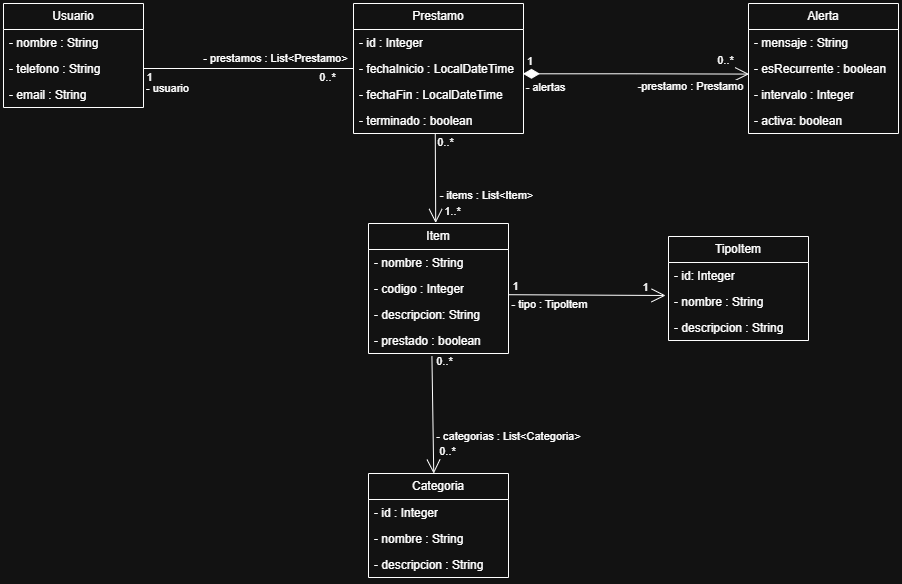
Above: DiagramaConceptual.png in mochidevs/Proyecto---Control-de-prestamos (draw.io), before the change. Source tidied: cells renumbered, new cells last; positions are measured from the earlier drawing's top-left corner, leaving out a move shared by most shapes.
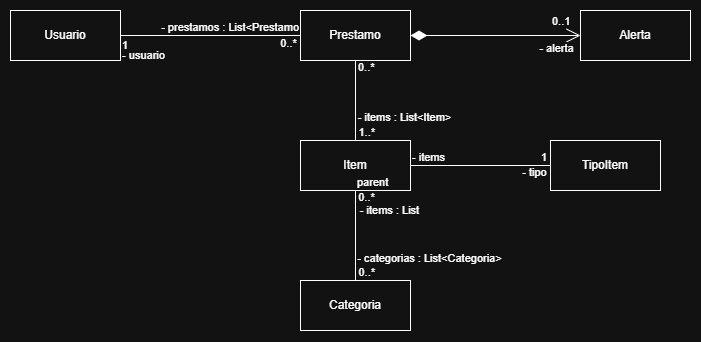
The same file after the commit.

Commit message:
Corrección diagrama conceptual

Roles y relaciones corregidas, atributos no necesarios

Diff of the diagram source:
```diff
@@ -2,181 +2,114 @@
   <root>
     <mxCell id="0" />
     <mxCell id="1" parent="0" />
-    <mxCell id="2" value="Usuario" style="swimlane;fontStyle=0;horizontal=1;startSize=26;fillColor=none;whiteSpace=wrap;html=1;" parent="1" vertex="1">
-      <mxGeometry width="140" height="104" as="geometry" />
+    <mxCell id="2" value="Usuario" style="html=1;whiteSpace=wrap;" parent="1" vertex="1">
+      <mxGeometry x="15" y="60" width="110" height="50" as="geometry" />
     </mxCell>
-    <mxCell id="3" value="- nombre : String" style="text;strokeColor=none;fillColor=none;align=left;verticalAlign=top;spacingLeft=4;spacingRight=4;overflow=hidden;whiteSpace=wrap;html=1;" parent="2" vertex="1">
-      <mxGeometry y="26" width="140" height="26" as="geometry" />
-    </mxCell>
-    <mxCell id="4" value="- telefono : String" style="text;strokeColor=none;fillColor=none;align=left;verticalAlign=top;spacingLeft=4;spacingRight=4;overflow=hidden;points=[[0,0.5],[1,0.5]];portConstraint=eastwest;whiteSpace=wrap;html=1;" parent="2" vertex="1">
-      <mxGeometry y="52" width="140" height="26" as="geometry" />
-    </mxCell>
-    <mxCell id="5" value="- email : String" style="text;strokeColor=none;fillColor=none;align=left;verticalAlign=top;spacingLeft=4;spacingRight=4;overflow=hidden;whiteSpace=wrap;html=1;" parent="2" vertex="1">
-      <mxGeometry y="78" width="140" height="26" as="geometry" />
-    </mxCell>
+    <mxCell id="25" value="Alerta" style="html=1;whiteSpace=wrap;" parent="1" vertex="1">
+      <mxGeometry x="585" y="60" width="110" height="50" as="geometry" />
+    </mxCell>
-    <mxCell id="6" value="Prestamo" style="swimlane;fontStyle=0;horizontal=1;startSize=26;fillColor=none;whiteSpace=wrap;html=1;" parent="1" vertex="1">
-      <mxGeometry x="350" width="170" height="130" as="geometry" />
+    <mxCell id="6" value="Prestamo" style="html=1;whiteSpace=wrap;" parent="1" vertex="1">
+      <mxGeometry x="305" y="60" width="110" height="50" as="geometry" />
     </mxCell>
-    <mxCell id="7" value="- id : Integer" style="text;strokeColor=none;fillColor=none;align=left;verticalAlign=top;spacingLeft=4;spacingRight=4;overflow=hidden;whiteSpace=wrap;html=1;" parent="6" vertex="1">
-      <mxGeometry y="26" width="170" height="26" as="geometry" />
-    </mxCell>
-    <mxCell id="8" value="- fechaInicio : LocalDateTime" style="text;strokeColor=none;fillColor=none;align=left;verticalAlign=top;spacingLeft=4;spacingRight=4;overflow=hidden;points=[[0,0.5],[1,0.5]];portConstraint=eastwest;whiteSpace=wrap;html=1;" parent="6" vertex="1">
-      <mxGeometry y="52" width="170" height="26" as="geometry" />
-    </mxCell>
-    <mxCell id="9" value="- fechaFin : LocalDateTime" style="text;strokeColor=none;fillColor=none;align=left;verticalAlign=top;spacingLeft=4;spacingRight=4;overflow=hidden;whiteSpace=wrap;html=1;" parent="6" vertex="1">
-      <mxGeometry y="78" width="170" height="26" as="geometry" />
-    </mxCell>
-    <mxCell id="10" value="- terminado : boolean" style="text;strokeColor=none;fillColor=none;align=left;verticalAlign=top;spacingLeft=4;spacingRight=4;overflow=hidden;points=[[0,0.5,0,0,0],[1,0.5,0,0,0]];portConstraint=eastwest;whiteSpace=wrap;html=1;" parent="6" vertex="1">
-      <mxGeometry y="104" width="170" height="26" as="geometry" />
-    </mxCell>
-    <mxCell id="11" style="endArrow=none;html=1;rounded=0;exitX=1;exitY=0.5;exitDx=0;exitDy=0;entryX=0;entryY=0.5;entryDx=0;entryDy=0;" parent="1" edge="1" source="4" target="8">
-      <mxGeometry relative="1" as="geometry" />
-    </mxCell>
-    <mxCell id="12" value="1" style="edgeLabel;html=1;align=center;verticalAlign=middle;" parent="11" vertex="1">
-      <mxGeometry x="-0.54" relative="1" as="geometry">
-        <mxPoint x="-43" y="8" as="offset" />
-      </mxGeometry>
-    </mxCell>
+    <mxCell id="50" style="endArrow=none;html=1;edgeStyle=orthogonalEdgeStyle;rounded=0;entryX=0;entryY=0.5;entryDx=0;entryDy=0;exitX=1;exitY=0.5;exitDx=0;exitDy=0;" parent="1" edge="1" source="2" target="6">
+      <mxGeometry relative="1" as="geometry" />
+    </mxCell>
+    <mxCell id="51" value="1" style="edgeLabel;html=1;align=left;verticalAlign=bottom;" parent="50" vertex="1">
+      <mxGeometry x="-1" relative="1" as="geometry">
+        <mxPoint y="18" as="offset" />
+      </mxGeometry>
+    </mxCell>
+    <mxCell id="52" value="- prestamos : List&amp;lt;Prestamo" style="edgeLabel;html=1;align=right;verticalAlign=bottom;" parent="50" vertex="1">
+      <mxGeometry x="1" relative="1" as="geometry">
+        <mxPoint x="-1" as="offset" />
+      </mxGeometry>
+    </mxCell>
-    <mxCell id="13" value="- usuario" style="edgeLabel;html=1;align=center;verticalAlign=middle;" parent="11" vertex="1">
-      <mxGeometry x="-0.38" relative="1" as="geometry">
-        <mxPoint x="-41" y="19" as="offset" />
+    <mxCell id="13" value="- usuario" style="edgeLabel;html=1;align=center;verticalAlign=middle;" parent="50" vertex="1">
+      <mxGeometry x="-0.73" y="1" relative="1" as="geometry">
+        <mxPoint x="-2" y="21" as="offset" />
       </mxGeometry>
     </mxCell>
-    <mxCell id="14" value="0..*" style="edgeLabel;html=1;align=center;verticalAlign=middle;" parent="11" vertex="1">
-      <mxGeometry x="0.4" y="-2" relative="1" as="geometry">
-        <mxPoint x="36" y="6" as="offset" />
-      </mxGeometry>
-    </mxCell>
-    <mxCell id="15" value="- prestamos : List&amp;lt;Prestamo&amp;gt;" style="edgeLabel;html=1;align=center;verticalAlign=middle;" parent="11" vertex="1">
-      <mxGeometry x="0.31" y="1" relative="1" as="geometry">
-        <mxPoint x="-6" y="-10" as="offset" />
-      </mxGeometry>
-    </mxCell>
+    <mxCell id="53" value="0..*" style="edgeLabel;html=1;align=center;verticalAlign=middle;" parent="50" vertex="1">
+      <mxGeometry x="0.66" y="-1" relative="1" as="geometry">
+        <mxPoint x="18" y="7" as="offset" />
+      </mxGeometry>
+    </mxCell>
+    <mxCell id="54" style="endArrow=none;html=1;edgeStyle=orthogonalEdgeStyle;rounded=0;exitX=1;exitY=0.5;exitDx=0;exitDy=0;entryX=0;entryY=0.5;entryDx=0;entryDy=0;" parent="1" edge="1" source="16" target="34">
+      <mxGeometry relative="1" as="geometry" />
+    </mxCell>
+    <mxCell id="55" value="- items" style="edgeLabel;html=1;align=left;verticalAlign=bottom;" parent="54" vertex="1">
+      <mxGeometry x="-1" relative="1" as="geometry" />
+    </mxCell>
+    <mxCell id="56" value="1" style="edgeLabel;html=1;align=right;verticalAlign=bottom;" parent="54" vertex="1">
+      <mxGeometry x="1" relative="1" as="geometry">
+        <mxPoint x="-3" as="offset" />
+      </mxGeometry>
+    </mxCell>
+    <mxCell id="57" value="- tipo" style="edgeLabel;html=1;align=center;verticalAlign=middle;" parent="54" vertex="1">
+      <mxGeometry x="0.63" y="2" relative="1" as="geometry">
+        <mxPoint x="10" y="9" as="offset" />
+      </mxGeometry>
+    </mxCell>
-    <mxCell id="16" value="Item" style="swimlane;fontStyle=0;horizontal=1;startSize=26;fillColor=none;whiteSpace=wrap;html=1;" parent="1" vertex="1">
-      <mxGeometry x="365" y="220" width="140" height="130" as="geometry" />
+    <mxCell id="16" value="Item" style="html=1;whiteSpace=wrap;" parent="1" vertex="1">
+      <mxGeometry x="305" y="190" width="110" height="50" as="geometry" />
     </mxCell>
-    <mxCell id="17" value="- nombre : String" style="text;strokeColor=none;fillColor=none;align=left;verticalAlign=top;spacingLeft=4;spacingRight=4;overflow=hidden;whiteSpace=wrap;html=1;" parent="16" vertex="1">
-      <mxGeometry y="26" width="140" height="26" as="geometry" />
-    </mxCell>
-    <mxCell id="18" value="- codigo : Integer" style="text;strokeColor=none;fillColor=none;align=left;verticalAlign=top;spacingLeft=4;spacingRight=4;overflow=hidden;points=[[0,0.5],[1,0.5]];portConstraint=eastwest;whiteSpace=wrap;html=1;" parent="16" vertex="1">
-      <mxGeometry y="52" width="140" height="26" as="geometry" />
-    </mxCell>
-    <mxCell id="19" value="- descripcion: String" style="text;strokeColor=none;fillColor=none;align=left;verticalAlign=top;spacingLeft=4;spacingRight=4;overflow=hidden;whiteSpace=wrap;html=1;" parent="16" vertex="1">
-      <mxGeometry y="78" width="140" height="26" as="geometry" />
-    </mxCell>
-    <mxCell id="20" value="- prestado : boolean" style="text;strokeColor=none;fillColor=none;align=left;verticalAlign=top;spacingLeft=4;spacingRight=4;overflow=hidden;points=[[0,0.5],[1,0.5]];portConstraint=eastwest;whiteSpace=wrap;html=1;" parent="16" vertex="1">
-      <mxGeometry y="104" width="140" height="26" as="geometry" />
-    </mxCell>
-    <mxCell id="21" style="endArrow=open;endFill=1;endSize=12;html=1;rounded=0;exitX=0.481;exitY=0.994;exitDx=0;exitDy=0;exitPerimeter=0;entryX=0.48;entryY=-0.004;entryDx=0;entryDy=0;entryPerimeter=0;" parent="1" edge="1" source="10" target="16">
-      <mxGeometry relative="1" as="geometry" />
-    </mxCell>
-    <mxCell id="22" value="0..*" style="edgeLabel;html=1;align=center;verticalAlign=middle;" parent="21" vertex="1">
-      <mxGeometry x="-0.64" y="-1" relative="1" as="geometry">
-        <mxPoint x="11" y="-8" as="offset" />
-      </mxGeometry>
-    </mxCell>
+    <mxCell id="58" style="endArrow=none;html=1;edgeStyle=orthogonalEdgeStyle;rounded=0;exitX=0.5;exitY=1;exitDx=0;exitDy=0;entryX=0.5;entryY=0;entryDx=0;entryDy=0;" parent="1" edge="1" source="16" target="42">
+      <mxGeometry relative="1" as="geometry" />
+    </mxCell>
+    <mxCell id="59" value="parent" style="edgeLabel;html=1;align=left;verticalAlign=bottom;" parent="58" vertex="1">
+      <mxGeometry x="-1" relative="1" as="geometry" />
+    </mxCell>
+    <mxCell id="60" value="0..*" style="edgeLabel;html=1;align=right;verticalAlign=bottom;" parent="58" vertex="1">
+      <mxGeometry x="1" relative="1" as="geometry">
+        <mxPoint x="20" as="offset" />
+      </mxGeometry>
+    </mxCell>
+    <mxCell id="49" value="- categorias : List&amp;lt;Categoria&amp;gt;" style="edgeLabel;html=1;align=center;verticalAlign=middle;" parent="58" vertex="1">
+      <mxGeometry x="0.24" y="1" relative="1" as="geometry">
+        <mxPoint x="73" y="12" as="offset" />
+      </mxGeometry>
+    </mxCell>
+    <mxCell id="61" value="0..*" style="edgeLabel;html=1;align=center;verticalAlign=middle;" parent="58" vertex="1">
+      <mxGeometry x="-0.13" relative="1" as="geometry">
+        <mxPoint x="11" y="-33" as="offset" />
+      </mxGeometry>
+    </mxCell>
+    <mxCell id="62" value="- items : List" style="edgeLabel;html=1;align=center;verticalAlign=middle;" parent="58" vertex="1">
+      <mxGeometry x="-0.18" relative="1" as="geometry">
+        <mxPoint x="34" y="-18" as="offset" />
+      </mxGeometry>
+    </mxCell>
+    <mxCell id="63" style="endArrow=none;html=1;edgeStyle=orthogonalEdgeStyle;rounded=0;exitX=0.5;exitY=1;exitDx=0;exitDy=0;entryX=0.5;entryY=0;entryDx=0;entryDy=0;" parent="1" edge="1" source="6" target="16">
+      <mxGeometry relative="1" as="geometry" />
+    </mxCell>
+    <mxCell id="64" value="0..*" style="edgeLabel;html=1;align=left;verticalAlign=bottom;" parent="63" vertex="1">
+      <mxGeometry x="-1" relative="1" as="geometry">
+        <mxPoint x="1" y="15" as="offset" />
+      </mxGeometry>
+    </mxCell>
-    <mxCell id="23" value="1..*" style="edgeLabel;html=1;align=center;verticalAlign=middle;" parent="21" vertex="1">
-      <mxGeometry x="0.12" relative="1" as="geometry">
-        <mxPoint x="16" y="27" as="offset" />
+    <mxCell id="23" value="1..*" style="edgeLabel;html=1;align=right;verticalAlign=bottom;" parent="63" vertex="1">
+      <mxGeometry x="1" relative="1" as="geometry">
+        <mxPoint x="20" as="offset" />
       </mxGeometry>
     </mxCell>
-    <mxCell id="24" value="- items : List&amp;lt;Item&amp;gt;" style="edgeLabel;html=1;align=center;verticalAlign=middle;" parent="21" vertex="1">
-      <mxGeometry x="-0.02" y="1" relative="1" as="geometry">
-        <mxPoint x="49" y="18" as="offset" />
+    <mxCell id="24" value="- items : List&amp;lt;Item&amp;gt;" style="edgeLabel;html=1;align=center;verticalAlign=middle;" parent="63" vertex="1">
+      <mxGeometry x="-0.21" relative="1" as="geometry">
+        <mxPoint x="49" y="25" as="offset" />
       </mxGeometry>
     </mxCell>
-    <mxCell id="25" value="Alerta" style="swimlane;fontStyle=0;horizontal=1;startSize=26;fillColor=none;whiteSpace=wrap;html=1;" parent="1" vertex="1">
-      <mxGeometry x="745" width="150" height="130" as="geometry" />
-    </mxCell>
-    <mxCell id="26" value="- mensaje : String" style="text;strokeColor=none;fillColor=none;align=left;verticalAlign=top;spacingLeft=4;spacingRight=4;overflow=hidden;whiteSpace=wrap;html=1;" parent="25" vertex="1">
-      <mxGeometry y="26" width="150" height="26" as="geometry" />
-    </mxCell>
-    <mxCell id="27" value="- esRecurrente : boolean" style="text;strokeColor=none;fillColor=none;align=left;verticalAlign=top;spacingLeft=4;spacingRight=4;overflow=hidden;points=[[0,0.5],[1,0.5]];portConstraint=eastwest;whiteSpace=wrap;html=1;" parent="25" vertex="1">
-      <mxGeometry y="52" width="150" height="26" as="geometry" />
-    </mxCell>
-    <mxCell id="28" value="- intervalo : Integer" style="text;strokeColor=none;fillColor=none;align=left;verticalAlign=top;spacingLeft=4;spacingRight=4;overflow=hidden;whiteSpace=wrap;html=1;" parent="25" vertex="1">
-      <mxGeometry y="78" width="150" height="26" as="geometry" />
-    </mxCell>
-    <mxCell id="29" value="- activa: boolean" style="text;strokeColor=none;fillColor=none;align=left;verticalAlign=top;spacingLeft=4;spacingRight=4;overflow=hidden;whiteSpace=wrap;html=1;" parent="25" vertex="1">
-      <mxGeometry y="104" width="150" height="26" as="geometry" />
-    </mxCell>
-    <mxCell id="30" value="&amp;nbsp;1" style="endArrow=open;html=1;endSize=12;startArrow=diamondThin;startSize=14;startFill=1;edgeStyle=orthogonalEdgeStyle;align=left;verticalAlign=bottom;rounded=0;entryX=0.004;entryY=0.715;entryDx=0;entryDy=0;entryPerimeter=0;exitX=0.997;exitY=0.704;exitDx=0;exitDy=0;exitPerimeter=0;" parent="1" edge="1" source="8" target="27">
-      <mxGeometry x="-1" y="3" relative="1" as="geometry" />
-    </mxCell>
-    <mxCell id="31" value="0..*" style="edgeLabel;html=1;align=center;verticalAlign=middle;" parent="30" vertex="1">
-      <mxGeometry x="0.67" relative="1" as="geometry">
-        <mxPoint x="13" y="-14" as="offset" />
-      </mxGeometry>
-    </mxCell>
-    <mxCell id="32" value="- alertas" style="edgeLabel;html=1;align=center;verticalAlign=middle;" parent="30" vertex="1">
-      <mxGeometry x="-0.68" y="1" relative="1" as="geometry">
-        <mxPoint x="-13" y="14" as="offset" />
-      </mxGeometry>
-    </mxCell>
-    <mxCell id="33" value="-prestamo : Prestamo" style="edgeLabel;html=1;align=center;verticalAlign=middle;" parent="30" vertex="1">
-      <mxGeometry x="0.34" relative="1" as="geometry">
-        <mxPoint x="16" y="12" as="offset" />
-      </mxGeometry>
-    </mxCell>
+    <mxCell id="65" value="0..1" style="endArrow=open;html=1;endSize=12;startArrow=diamondThin;startSize=14;startFill=1;edgeStyle=orthogonalEdgeStyle;align=left;verticalAlign=bottom;rounded=0;exitX=1;exitY=0.5;exitDx=0;exitDy=0;entryX=0;entryY=0.5;entryDx=0;entryDy=0;" parent="1" edge="1" source="6" target="25">
+      <mxGeometry x="0.65" y="5" relative="1" as="geometry" />
+    </mxCell>
+    <mxCell id="66" value="- alerta" style="edgeLabel;html=1;align=center;verticalAlign=middle;" parent="65" vertex="1">
+      <mxGeometry x="0.29" y="-1" relative="1" as="geometry">
+        <mxPoint x="36" y="12" as="offset" />
+      </mxGeometry>
+    </mxCell>
-    <mxCell id="34" value="TipoItem" style="swimlane;fontStyle=0;horizontal=1;startSize=26;fillColor=none;whiteSpace=wrap;html=1;" parent="1" vertex="1">
-      <mxGeometry x="665" y="233" width="140" height="104" as="geometry" />
+    <mxCell id="34" value="TipoItem" style="html=1;whiteSpace=wrap;" parent="1" vertex="1">
+      <mxGeometry x="555" y="190" width="110" height="50" as="geometry" />
     </mxCell>
-    <mxCell id="35" value="- id: Integer" style="text;strokeColor=none;fillColor=none;align=left;verticalAlign=top;spacingLeft=4;spacingRight=4;overflow=hidden;whiteSpace=wrap;html=1;" parent="34" vertex="1">
-      <mxGeometry y="26" width="140" height="26" as="geometry" />
-    </mxCell>
-    <mxCell id="36" value="- nombre : String" style="text;strokeColor=none;fillColor=none;align=left;verticalAlign=top;spacingLeft=4;spacingRight=4;overflow=hidden;points=[[0,0.5],[1,0.5]];portConstraint=eastwest;whiteSpace=wrap;html=1;" parent="34" vertex="1">
-      <mxGeometry y="52" width="140" height="26" as="geometry" />
-    </mxCell>
-    <mxCell id="37" value="- descripcion : String" style="text;strokeColor=none;fillColor=none;align=left;verticalAlign=top;spacingLeft=4;spacingRight=4;overflow=hidden;whiteSpace=wrap;html=1;" parent="34" vertex="1">
-      <mxGeometry y="78" width="140" height="26" as="geometry" />
-    </mxCell>
-    <mxCell id="38" style="endArrow=open;endFill=1;endSize=12;html=1;rounded=0;entryX=-0.021;entryY=0.269;entryDx=0;entryDy=0;entryPerimeter=0;exitX=1;exitY=0.739;exitDx=0;exitDy=0;exitPerimeter=0;" parent="1" edge="1" source="18" target="36">
-      <mxGeometry relative="1" as="geometry" />
-    </mxCell>
-    <mxCell id="39" value="1" style="edgeLabel;html=1;align=center;verticalAlign=middle;" parent="38" vertex="1">
-      <mxGeometry x="-0.64" y="-1" relative="1" as="geometry">
-        <mxPoint x="-22" y="-10" as="offset" />
-      </mxGeometry>
-    </mxCell>
-    <mxCell id="40" value="1" style="edgeLabel;html=1;align=center;verticalAlign=middle;" parent="38" vertex="1">
-      <mxGeometry x="0.12" relative="1" as="geometry">
-        <mxPoint x="48" y="-8" as="offset" />
-      </mxGeometry>
-    </mxCell>
-    <mxCell id="41" value="- tipo : TipoItem" style="edgeLabel;html=1;align=center;verticalAlign=middle;" parent="38" vertex="1">
-      <mxGeometry x="-0.8" y="-2" relative="1" as="geometry">
-        <mxPoint x="25" y="7" as="offset" />
-      </mxGeometry>
-    </mxCell>
-    <mxCell id="42" value="Categoria" style="swimlane;fontStyle=0;horizontal=1;startSize=26;fillColor=none;whiteSpace=wrap;html=1;" parent="1" vertex="1">
-      <mxGeometry x="365" y="470" width="140" height="104" as="geometry" />
+    <mxCell id="42" value="Categoria" style="html=1;whiteSpace=wrap;" parent="1" vertex="1">
+      <mxGeometry x="305" y="330" width="110" height="50" as="geometry" />
     </mxCell>
-    <mxCell id="43" value="- id : Integer" style="text;strokeColor=none;fillColor=none;align=left;verticalAlign=top;spacingLeft=4;spacingRight=4;overflow=hidden;whiteSpace=wrap;html=1;" parent="42" vertex="1">
-      <mxGeometry y="26" width="140" height="26" as="geometry" />
-    </mxCell>
-    <mxCell id="44" value="- nombre : String" style="text;strokeColor=none;fillColor=none;align=left;verticalAlign=top;spacingLeft=4;spacingRight=4;overflow=hidden;whiteSpace=wrap;html=1;" parent="42" vertex="1">
-      <mxGeometry y="52" width="140" height="26" as="geometry" />
-    </mxCell>
-    <mxCell id="45" value="- descripcion : String" style="text;strokeColor=none;fillColor=none;align=left;verticalAlign=top;spacingLeft=4;spacingRight=4;overflow=hidden;whiteSpace=wrap;html=1;" parent="42" vertex="1">
-      <mxGeometry y="78" width="140" height="26" as="geometry" />
-    </mxCell>
-    <mxCell id="46" style="endArrow=open;endFill=1;endSize=12;html=1;rounded=0;entryX=0.466;entryY=0.001;entryDx=0;entryDy=0;entryPerimeter=0;exitX=0.453;exitY=1.102;exitDx=0;exitDy=0;exitPerimeter=0;" parent="1" edge="1" source="20" target="42">
-      <mxGeometry relative="1" as="geometry" />
-    </mxCell>
-    <mxCell id="47" value="0..*" style="edgeLabel;html=1;align=center;verticalAlign=middle;" parent="46" vertex="1">
-      <mxGeometry x="-0.64" y="-1" relative="1" as="geometry">
-        <mxPoint x="13" y="-16" as="offset" />
-      </mxGeometry>
-    </mxCell>
-    <mxCell id="48" value="0..*" style="edgeLabel;html=1;align=center;verticalAlign=middle;" parent="46" vertex="1">
-      <mxGeometry x="0.12" relative="1" as="geometry">
-        <mxPoint x="14" y="29" as="offset" />
-      </mxGeometry>
-    </mxCell>
-    <mxCell id="49" value="- categorias : List&amp;lt;Categoria&amp;gt;" style="edgeLabel;html=1;align=center;verticalAlign=middle;" parent="46" vertex="1">
-      <mxGeometry x="0.32" y="-1" relative="1" as="geometry">
-        <mxPoint x="76" y="2" as="offset" />
-      </mxGeometry>
-    </mxCell>
   </root>
 </mxGraphModel>
```
